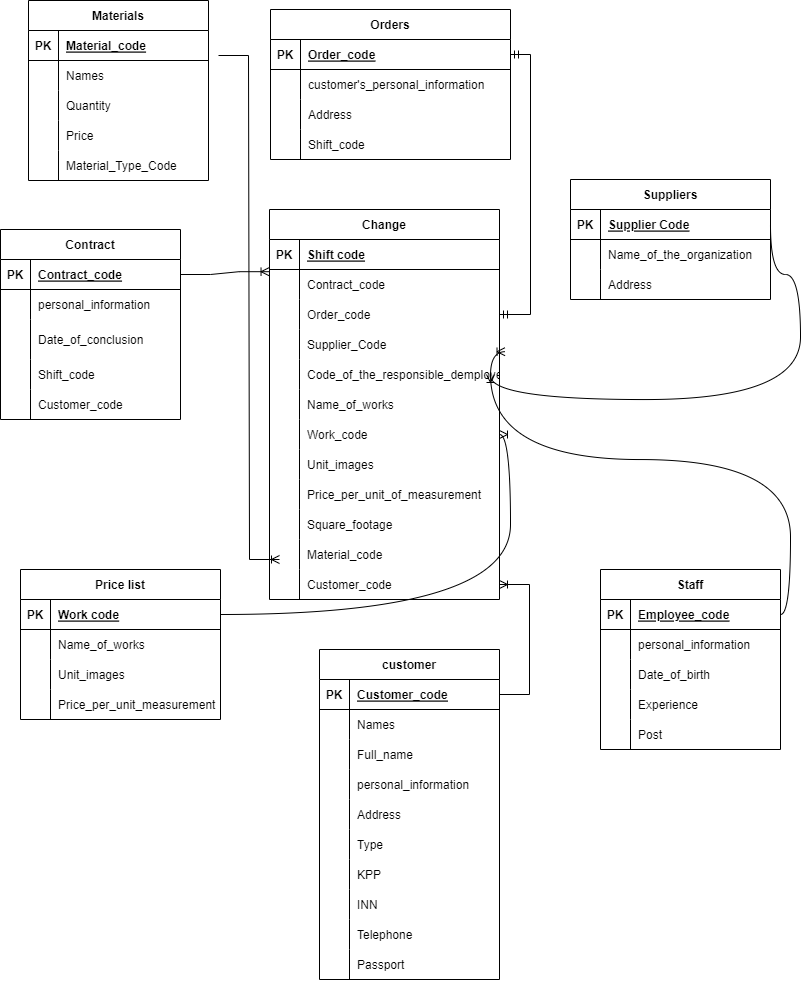
serejaARKH/SQL_I_VSE keeps this draw.io diagram as база строителей фирмы.drawio.png. Above is the earlier version. Source tidied: cells renumbered, new cells last; positions are measured from the earlier drawing's top-left corner, leaving out a move shared by most shapes.
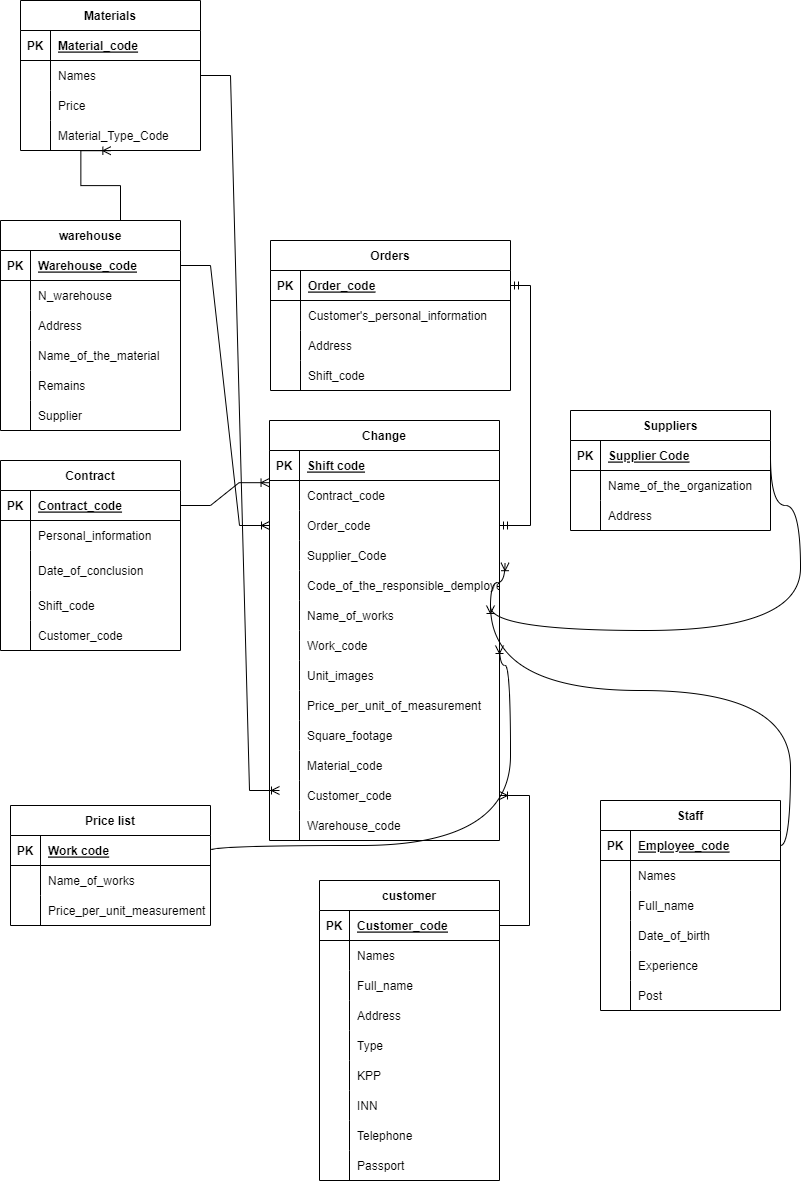
The same diagram one commit later.

Diff of the diagram source:
```diff
@@ -22,3 +22,3 @@
     </mxCell>
-    <mxCell id="8" value="personal_information" style="shape=partialRectangle;fillColor=none;top=0;left=0;bottom=0;right=0;align=left;spacingLeft=6;overflow=hidden;" parent="6" vertex="1">
+    <mxCell id="8" value="Personal_information" style="shape=partialRectangle;fillColor=none;top=0;left=0;bottom=0;right=0;align=left;spacingLeft=6;overflow=hidden;" parent="6" vertex="1">
       <mxGeometry x="30" width="150" height="30" as="geometry" />
@@ -53,3 +53,3 @@
     <mxCell id="18" value="Change" style="shape=table;startSize=30;rowLines=0;fontStyle=1;align=center;gradientColor=none;" parent="1" vertex="1">
-      <mxGeometry x="269" y="209" width="230" height="390" as="geometry" />
+      <mxGeometry x="269" y="189" width="230" height="420" as="geometry" />
     </mxCell>
@@ -163,2 +163,11 @@
     </mxCell>
+    <mxCell id="161" style="shape=tableRow;horizontal=0;startSize=0;swimlaneHead=0;swimlaneBody=0;fillColor=none;top=0;left=0;right=0;bottom=0;" parent="18" vertex="1">
+      <mxGeometry y="390" width="230" height="30" as="geometry" />
+    </mxCell>
+    <mxCell id="162" style="shape=partialRectangle;fillColor=none;top=0;left=0;bottom=0;right=0;overflow=hidden;" parent="161" vertex="1">
+      <mxGeometry width="30" height="30" as="geometry" />
+    </mxCell>
+    <mxCell id="163" value="Warehouse_code" style="shape=partialRectangle;fillColor=none;top=0;left=0;bottom=0;right=0;align=left;spacingLeft=6;overflow=hidden;" parent="161" vertex="1">
+      <mxGeometry x="30" width="200" height="30" as="geometry" />
+    </mxCell>
     <mxCell id="55" value="Orders" style="shape=table;startSize=30;rowLines=0;fontStyle=1;align=center;" parent="1" vertex="1">
@@ -181,3 +190,3 @@
     </mxCell>
-    <mxCell id="61" value="customer's_personal_information" style="shape=partialRectangle;fillColor=none;top=0;left=0;bottom=0;right=0;align=left;spacingLeft=6;overflow=hidden;" parent="59" vertex="1">
+    <mxCell id="61" value="Customer's_personal_information" style="shape=partialRectangle;fillColor=none;top=0;left=0;bottom=0;right=0;align=left;spacingLeft=6;overflow=hidden;" parent="59" vertex="1">
       <mxGeometry x="30" width="210" height="30" as="geometry" />
@@ -233,3 +242,3 @@
     <mxCell id="78" value="Staff" style="shape=table;startSize=30;rowLines=0;fontStyle=1;align=center;" parent="1" vertex="1">
-      <mxGeometry x="600" y="569" width="180" height="180" as="geometry" />
+      <mxGeometry x="600" y="569" width="180" height="210" as="geometry" />
     </mxCell>
@@ -250,7 +259,16 @@
     </mxCell>
-    <mxCell id="84" value="personal_information" style="shape=partialRectangle;fillColor=none;top=0;left=0;bottom=0;right=0;align=left;spacingLeft=6;overflow=hidden;" parent="82" vertex="1">
+    <mxCell id="84" value="Names" style="shape=partialRectangle;fillColor=none;top=0;left=0;bottom=0;right=0;align=left;spacingLeft=6;overflow=hidden;" parent="82" vertex="1">
       <mxGeometry x="30" width="150" height="30" as="geometry" />
     </mxCell>
+    <mxCell id="164" style="shape=tableRow;horizontal=0;startSize=0;swimlaneHead=0;swimlaneBody=0;fillColor=none;top=0;left=0;right=0;bottom=0;" parent="78" vertex="1">
+      <mxGeometry y="90" width="180" height="30" as="geometry" />
+    </mxCell>
+    <mxCell id="165" style="shape=partialRectangle;fillColor=none;top=0;left=0;bottom=0;right=0;overflow=hidden;" parent="164" vertex="1">
+      <mxGeometry width="30" height="30" as="geometry" />
+    </mxCell>
+    <mxCell id="166" value="Full_name" style="shape=partialRectangle;fillColor=none;top=0;left=0;bottom=0;right=0;align=left;spacingLeft=6;overflow=hidden;" parent="164" vertex="1">
+      <mxGeometry x="30" width="150" height="30" as="geometry" />
+    </mxCell>
     <mxCell id="85" style="shape=tableRow;horizontal=0;startSize=0;swimlaneHead=0;swimlaneBody=0;fillColor=none;top=0;left=0;right=0;bottom=0;" parent="78" vertex="1">
-      <mxGeometry y="90" width="180" height="30" as="geometry" />
+      <mxGeometry y="120" width="180" height="30" as="geometry" />
     </mxCell>
@@ -263,3 +281,3 @@
     <mxCell id="88" style="shape=tableRow;horizontal=0;startSize=0;swimlaneHead=0;swimlaneBody=0;fillColor=none;top=0;left=0;right=0;bottom=0;" parent="78" vertex="1">
-      <mxGeometry y="120" width="180" height="30" as="geometry" />
+      <mxGeometry y="150" width="180" height="30" as="geometry" />
     </mxCell>
@@ -272,3 +290,3 @@
     <mxCell id="91" style="shape=tableRow;horizontal=0;startSize=0;swimlaneHead=0;swimlaneBody=0;fillColor=none;top=0;left=0;right=0;bottom=0;" parent="78" vertex="1">
-      <mxGeometry y="150" width="180" height="30" as="geometry" />
+      <mxGeometry y="180" width="180" height="30" as="geometry" />
     </mxCell>
@@ -281,3 +299,3 @@
     <mxCell id="94" value="Price list" style="shape=table;startSize=30;rowLines=0;fontStyle=1;align=center;" parent="1" vertex="1">
-      <mxGeometry x="20" y="569" width="200" height="150" as="geometry" />
+      <mxGeometry x="10" y="574" width="200" height="120" as="geometry" />
     </mxCell>
@@ -301,13 +319,4 @@
     </mxCell>
-    <mxCell id="101" style="shape=tableRow;horizontal=0;startSize=0;swimlaneHead=0;swimlaneBody=0;fillColor=none;top=0;left=0;right=0;bottom=0;" parent="94" vertex="1">
-      <mxGeometry y="90" width="200" height="30" as="geometry" />
-    </mxCell>
-    <mxCell id="102" style="shape=partialRectangle;fillColor=none;top=0;left=0;bottom=0;right=0;overflow=hidden;" parent="101" vertex="1">
-      <mxGeometry width="30" height="30" as="geometry" />
-    </mxCell>
-    <mxCell id="103" value="Unit_images" style="shape=partialRectangle;fillColor=none;top=0;left=0;bottom=0;right=0;align=left;spacingLeft=6;overflow=hidden;" parent="101" vertex="1">
-      <mxGeometry x="30" width="170" height="30" as="geometry" />
-    </mxCell>
     <mxCell id="104" style="shape=tableRow;horizontal=0;startSize=0;swimlaneHead=0;swimlaneBody=0;fillColor=none;top=0;left=0;right=0;bottom=0;" parent="94" vertex="1">
-      <mxGeometry y="120" width="200" height="30" as="geometry" />
+      <mxGeometry y="90" width="200" height="30" as="geometry" />
     </mxCell>
@@ -362,3 +371,3 @@
     <mxCell id="112" value="Materials" style="shape=table;startSize=30;rowLines=0;fontStyle=1;align=center;" parent="1" vertex="1">
-      <mxGeometry x="28" width="180" height="180" as="geometry" />
+      <mxGeometry x="20" y="-231" width="180" height="150" as="geometry" />
     </mxCell>
@@ -382,13 +391,4 @@
     </mxCell>
-    <mxCell id="119" style="shape=tableRow;horizontal=0;startSize=0;swimlaneHead=0;swimlaneBody=0;fillColor=none;top=0;left=0;right=0;bottom=0;" parent="112" vertex="1">
-      <mxGeometry y="90" width="180" height="30" as="geometry" />
-    </mxCell>
-    <mxCell id="120" style="shape=partialRectangle;fillColor=none;top=0;left=0;bottom=0;right=0;overflow=hidden;" parent="119" vertex="1">
-      <mxGeometry width="30" height="30" as="geometry" />
-    </mxCell>
-    <mxCell id="121" value="Quantity" style="shape=partialRectangle;fillColor=none;top=0;left=0;bottom=0;right=0;align=left;spacingLeft=6;overflow=hidden;" parent="119" vertex="1">
-      <mxGeometry x="30" width="150" height="30" as="geometry" />
-    </mxCell>
     <mxCell id="122" style="shape=tableRow;horizontal=0;startSize=0;swimlaneHead=0;swimlaneBody=0;fillColor=none;top=0;left=0;right=0;bottom=0;" parent="112" vertex="1">
-      <mxGeometry y="120" width="180" height="30" as="geometry" />
+      <mxGeometry y="90" width="180" height="30" as="geometry" />
     </mxCell>
@@ -401,3 +401,3 @@
     <mxCell id="125" style="shape=tableRow;horizontal=0;startSize=0;swimlaneHead=0;swimlaneBody=0;fillColor=none;points=[[0,0.5],[1,0.5]];portConstraint=eastwest;top=0;left=0;right=0;bottom=0;" parent="112" vertex="1">
-      <mxGeometry y="150" width="180" height="30" as="geometry" />
+      <mxGeometry y="120" width="180" height="30" as="geometry" />
     </mxCell>
@@ -410,3 +410,3 @@
     <mxCell id="128" value="customer" style="shape=table;startSize=30;rowLines=0;fontStyle=1;align=center;" parent="1" vertex="1">
-      <mxGeometry x="319" y="649" width="180" height="330" as="geometry" />
+      <mxGeometry x="319" y="649" width="180" height="300" as="geometry" />
     </mxCell>
@@ -439,13 +439,4 @@
     </mxCell>
-    <mxCell id="138" style="shape=tableRow;horizontal=0;startSize=0;swimlaneHead=0;swimlaneBody=0;fillColor=none;top=0;left=0;right=0;bottom=0;" parent="128" vertex="1">
-      <mxGeometry y="120" width="180" height="30" as="geometry" />
-    </mxCell>
-    <mxCell id="139" style="shape=partialRectangle;fillColor=none;top=0;left=0;bottom=0;right=0;overflow=hidden;" parent="138" vertex="1">
-      <mxGeometry width="30" height="30" as="geometry" />
-    </mxCell>
-    <mxCell id="140" value="personal_information" style="shape=partialRectangle;fillColor=none;top=0;left=0;bottom=0;right=0;align=left;spacingLeft=6;overflow=hidden;" parent="138" vertex="1">
-      <mxGeometry x="30" width="150" height="30" as="geometry" />
-    </mxCell>
     <mxCell id="141" style="shape=tableRow;horizontal=0;startSize=0;swimlaneHead=0;swimlaneBody=0;fillColor=none;top=0;left=0;right=0;bottom=0;" parent="128" vertex="1">
-      <mxGeometry y="150" width="180" height="30" as="geometry" />
+      <mxGeometry y="120" width="180" height="30" as="geometry" />
     </mxCell>
@@ -458,3 +449,3 @@
     <mxCell id="144" style="shape=tableRow;horizontal=0;startSize=0;swimlaneHead=0;swimlaneBody=0;fillColor=none;top=0;left=0;right=0;bottom=0;" parent="128" vertex="1">
-      <mxGeometry y="180" width="180" height="30" as="geometry" />
+      <mxGeometry y="150" width="180" height="30" as="geometry" />
     </mxCell>
@@ -467,3 +458,3 @@
     <mxCell id="147" style="shape=tableRow;horizontal=0;startSize=0;swimlaneHead=0;swimlaneBody=0;fillColor=none;top=0;left=0;right=0;bottom=0;" parent="128" vertex="1">
-      <mxGeometry y="210" width="180" height="30" as="geometry" />
+      <mxGeometry y="180" width="180" height="30" as="geometry" />
     </mxCell>
@@ -476,3 +467,3 @@
     <mxCell id="150" style="shape=tableRow;horizontal=0;startSize=0;swimlaneHead=0;swimlaneBody=0;fillColor=none;top=0;left=0;right=0;bottom=0;" parent="128" vertex="1">
-      <mxGeometry y="240" width="180" height="30" as="geometry" />
+      <mxGeometry y="210" width="180" height="30" as="geometry" />
     </mxCell>
@@ -485,3 +476,3 @@
     <mxCell id="153" style="shape=tableRow;horizontal=0;startSize=0;swimlaneHead=0;swimlaneBody=0;fillColor=none;top=0;left=0;right=0;bottom=0;" parent="128" vertex="1">
-      <mxGeometry y="270" width="180" height="30" as="geometry" />
+      <mxGeometry y="240" width="180" height="30" as="geometry" />
     </mxCell>
@@ -494,3 +485,3 @@
     <mxCell id="156" style="shape=tableRow;horizontal=0;startSize=0;swimlaneHead=0;swimlaneBody=0;fillColor=none;top=0;left=0;right=0;bottom=0;" parent="128" vertex="1">
-      <mxGeometry y="300" width="180" height="30" as="geometry" />
+      <mxGeometry y="270" width="180" height="30" as="geometry" />
     </mxCell>
@@ -505,5 +496,4 @@
     </mxCell>
-    <mxCell id="160" style="edgeStyle=entityRelationEdgeStyle;fontSize=12;html=1;endArrow=ERoneToMany;rounded=0;exitX=1;exitY=0.5;exitDx=0;exitDy=0;" parent="1" edge="1">
+    <mxCell id="160" style="edgeStyle=entityRelationEdgeStyle;fontSize=12;html=1;endArrow=ERoneToMany;rounded=0;exitX=1;exitY=0.5;exitDx=0;exitDy=0;" parent="1" edge="1" source="116">
       <mxGeometry relative="1" as="geometry">
-        <mxPoint x="218" y="55" as="sourcePoint" />
         <mxPoint x="279" y="559" as="targetPoint" />
@@ -511,2 +501,65 @@
     </mxCell>
+    <mxCell id="167" value="warehouse" style="shape=table;startSize=30;rowLines=0;fontStyle=1;align=center;" parent="1" vertex="1">
+      <mxGeometry y="-11" width="180" height="210" as="geometry" />
+    </mxCell>
+    <mxCell id="168" style="shape=tableRow;horizontal=0;startSize=0;swimlaneHead=0;swimlaneBody=0;fillColor=none;points=[[0,0.5],[1,0.5]];portConstraint=eastwest;top=0;left=0;right=0;bottom=1;" parent="167" vertex="1">
+      <mxGeometry y="30" width="180" height="30" as="geometry" />
+    </mxCell>
+    <mxCell id="169" value="PK" style="shape=partialRectangle;fillColor=none;top=0;left=0;bottom=0;right=0;fontStyle=1;overflow=hidden;" parent="168" vertex="1">
+      <mxGeometry width="30" height="30" as="geometry" />
+    </mxCell>
+    <mxCell id="170" value="Warehouse_code" style="shape=partialRectangle;fillColor=none;top=0;left=0;bottom=0;right=0;align=left;spacingLeft=6;fontStyle=5;overflow=hidden;" parent="168" vertex="1">
+      <mxGeometry x="30" width="150" height="30" as="geometry" />
+    </mxCell>
+    <mxCell id="171" style="shape=tableRow;horizontal=0;startSize=0;swimlaneHead=0;swimlaneBody=0;fillColor=none;top=0;left=0;right=0;bottom=0;" parent="167" vertex="1">
+      <mxGeometry y="60" width="180" height="30" as="geometry" />
+    </mxCell>
+    <mxCell id="172" style="shape=partialRectangle;fillColor=none;top=0;left=0;bottom=0;right=0;overflow=hidden;" parent="171" vertex="1">
+      <mxGeometry width="30" height="30" as="geometry" />
+    </mxCell>
+    <mxCell id="173" value="N_warehouse" style="shape=partialRectangle;fillColor=none;top=0;left=0;bottom=0;right=0;align=left;spacingLeft=6;overflow=hidden;" parent="171" vertex="1">
+      <mxGeometry x="30" width="150" height="30" as="geometry" />
+    </mxCell>
+    <mxCell id="174" style="shape=tableRow;horizontal=0;startSize=0;swimlaneHead=0;swimlaneBody=0;fillColor=none;top=0;left=0;right=0;bottom=0;" parent="167" vertex="1">
+      <mxGeometry y="90" width="180" height="30" as="geometry" />
+    </mxCell>
+    <mxCell id="175" style="shape=partialRectangle;fillColor=none;top=0;left=0;bottom=0;right=0;overflow=hidden;" parent="174" vertex="1">
+      <mxGeometry width="30" height="30" as="geometry" />
+    </mxCell>
+    <mxCell id="176" value="Address" style="shape=partialRectangle;fillColor=none;top=0;left=0;bottom=0;right=0;align=left;spacingLeft=6;overflow=hidden;" parent="174" vertex="1">
+      <mxGeometry x="30" width="150" height="30" as="geometry" />
+    </mxCell>
+    <mxCell id="138" style="shape=tableRow;horizontal=0;startSize=0;swimlaneHead=0;swimlaneBody=0;fillColor=none;top=0;left=0;right=0;bottom=0;" parent="167" vertex="1">
+      <mxGeometry y="120" width="180" height="30" as="geometry" />
+    </mxCell>
+    <mxCell id="177" style="shape=partialRectangle;fillColor=none;top=0;left=0;bottom=0;right=0;overflow=hidden;" parent="138" vertex="1">
+      <mxGeometry width="30" height="30" as="geometry" />
+    </mxCell>
+    <mxCell id="178" value="Name_of_the_material" style="shape=partialRectangle;fillColor=none;top=0;left=0;bottom=0;right=0;align=left;spacingLeft=6;overflow=hidden;" parent="138" vertex="1">
+      <mxGeometry x="30" width="150" height="30" as="geometry" />
+    </mxCell>
+    <mxCell id="179" style="shape=tableRow;horizontal=0;startSize=0;swimlaneHead=0;swimlaneBody=0;fillColor=none;top=0;left=0;right=0;bottom=0;" parent="167" vertex="1">
+      <mxGeometry y="150" width="180" height="30" as="geometry" />
+    </mxCell>
+    <mxCell id="180" style="shape=partialRectangle;fillColor=none;top=0;left=0;bottom=0;right=0;overflow=hidden;" parent="179" vertex="1">
+      <mxGeometry width="30" height="30" as="geometry" />
+    </mxCell>
+    <mxCell id="181" value="Remains" style="shape=partialRectangle;fillColor=none;top=0;left=0;bottom=0;right=0;align=left;spacingLeft=6;overflow=hidden;" parent="179" vertex="1">
+      <mxGeometry x="30" width="150" height="30" as="geometry" />
+    </mxCell>
+    <mxCell id="182" style="shape=tableRow;horizontal=0;startSize=0;swimlaneHead=0;swimlaneBody=0;fillColor=none;top=0;left=0;right=0;bottom=0;" parent="167" vertex="1">
+      <mxGeometry y="180" width="180" height="30" as="geometry" />
+    </mxCell>
+    <mxCell id="183" style="shape=partialRectangle;fillColor=none;top=0;left=0;bottom=0;right=0;overflow=hidden;" parent="182" vertex="1">
+      <mxGeometry width="30" height="30" as="geometry" />
+    </mxCell>
+    <mxCell id="184" value="Supplier" style="shape=partialRectangle;fillColor=none;top=0;left=0;bottom=0;right=0;align=left;spacingLeft=6;overflow=hidden;" parent="182" vertex="1">
+      <mxGeometry x="30" width="150" height="30" as="geometry" />
+    </mxCell>
+    <mxCell id="185" style="edgeStyle=entityRelationEdgeStyle;fontSize=12;html=1;endArrow=ERoneToMany;rounded=0;exitX=1;exitY=0.5;exitDx=0;exitDy=0;entryX=0;entryY=0.5;entryDx=0;entryDy=0;" parent="1" edge="1" source="168" target="25">
+      <mxGeometry relative="1" as="geometry" />
+    </mxCell>
+    <mxCell id="186" style="edgeStyle=entityRelationEdgeStyle;fontSize=12;html=1;endArrow=ERoneToMany;rounded=0;entryX=0.502;entryY=1.007;entryDx=0;entryDy=0;exitX=0.5;exitY=0;exitDx=0;exitDy=0;entryPerimeter=0;" parent="1" edge="1" source="167" target="125">
+      <mxGeometry relative="1" as="geometry" />
+    </mxCell>
   </root>
```
